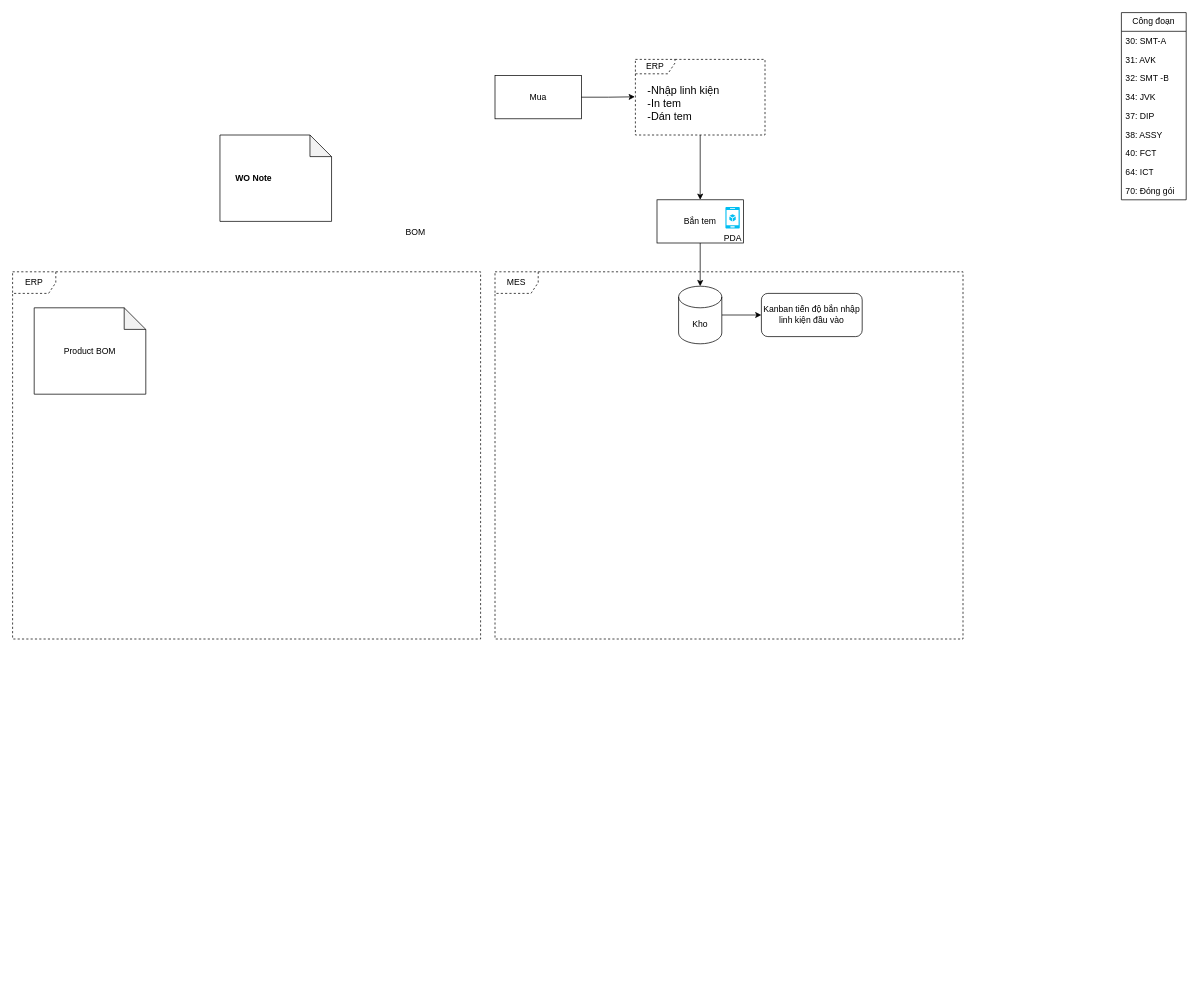
Before: Mes-erp.drawio in hainv8876/Doc, a draw.io diagram. Source tidied: cells renumbered, new cells numbered last; positions are measured from the earlier drawing's top-left corner, leaving out a move shared by most shapes. Both pictures are drawn from the tidied source at 72%, with x=0, y=0 at pixel (12, 12).
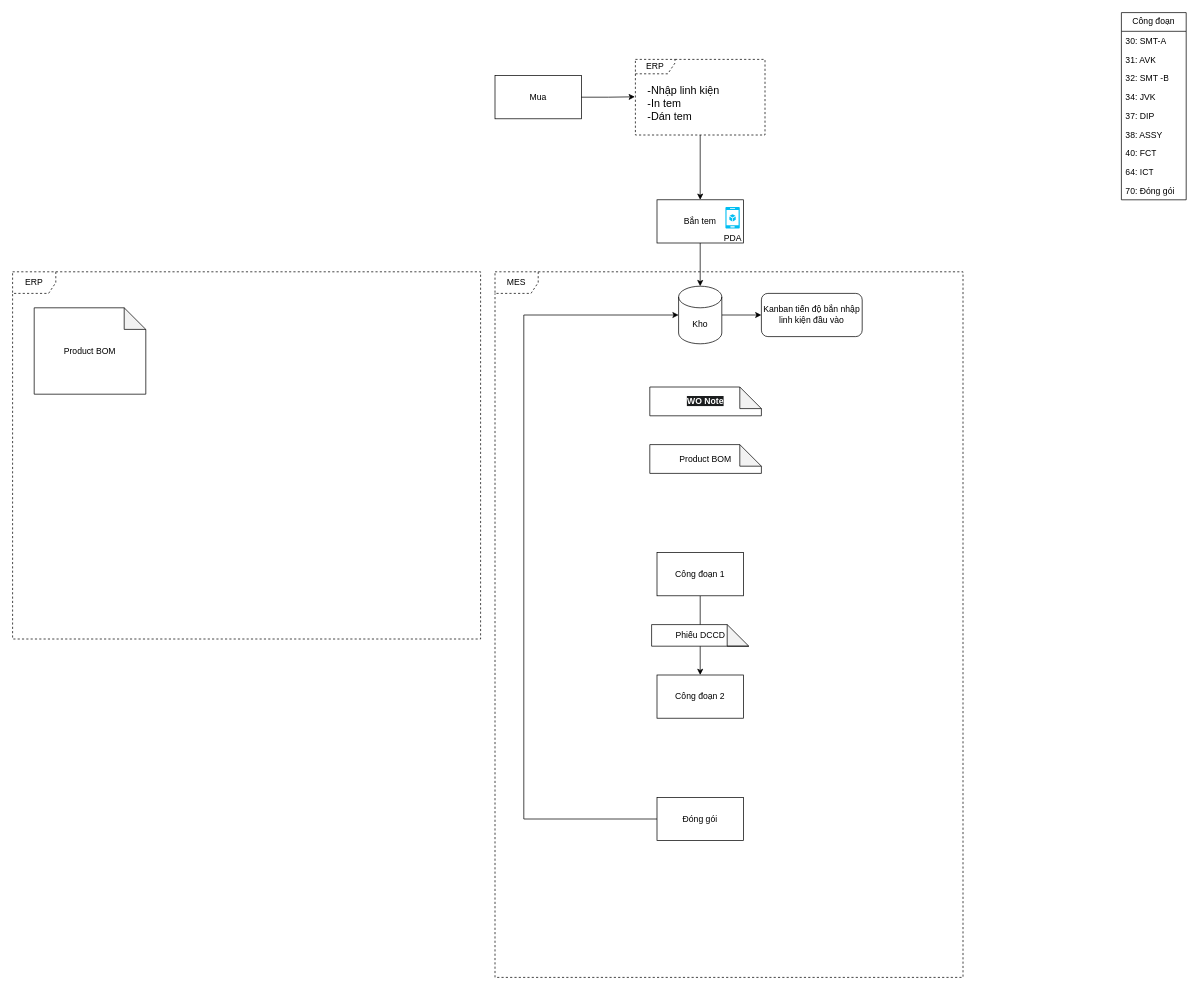
Above is the later version.

Unchanged cells that the change refers to:
```xml
<mxCell id="3" value="Kho" style="shape=cylinder3;whiteSpace=wrap;html=1;boundedLbl=1;backgroundOutline=1;size=15;" parent="1" vertex="1">
  <mxGeometry x="925" y="380" width="60" height="80" as="geometry" />
</mxCell>
```

Change to the diagram source:
```diff
@@
     <mxCell id="10" value="MES" style="shape=umlFrame;whiteSpace=wrap;html=1;dashed=1;" parent="1" vertex="1">
-      <mxGeometry x="670" y="360" width="650" height="510" as="geometry" />
+      <mxGeometry x="670" y="360" width="650" height="980" as="geometry" />
     </mxCell>
-    <mxCell id="11" style="shape=note;whiteSpace=wrap;html=1;backgroundOutline=1;darkOpacity=0.05;" parent="1" vertex="1">
-      <mxGeometry x="288" y="170" width="155" height="120" as="geometry" />
+    <mxCell id="11" value="&lt;b style=&quot;forced-color-adjust: none; color: rgb(255, 255, 255); font-family: Helvetica; font-size: 12px; font-style: normal; font-variant-ligatures: normal; font-variant-caps: normal; letter-spacing: normal; orphans: 2; text-align: center; text-indent: 0px; text-transform: none; widows: 2; word-spacing: 0px; -webkit-text-stroke-width: 0px; white-space: normal; background-color: rgb(27, 29, 30); text-decoration-thickness: initial; text-decoration-style: initial; text-decoration-color: initial; box-shadow: none !important;&quot;&gt;WO Note&lt;/b&gt;" style="shape=note;whiteSpace=wrap;html=1;backgroundOutline=1;darkOpacity=0.05;" parent="1" vertex="1">
+      <mxGeometry x="885" y="520" width="155" height="40" as="geometry" />
     </mxCell>
@@
-    <mxCell id="15" value="BOM" style="text;html=1;align=center;verticalAlign=middle;whiteSpace=wrap;rounded=0;" parent="1" vertex="1">
-      <mxGeometry x="530" y="290" width="60" height="30" as="geometry" />
-    </mxCell>
-    <mxCell id="16" value="&lt;b&gt;WO Note&lt;/b&gt;" style="text;html=1;align=center;verticalAlign=middle;whiteSpace=wrap;rounded=0;" parent="1" vertex="1">
-      <mxGeometry x="305" y="215" width="60" height="30" as="geometry" />
-    </mxCell>
@@
+    <mxCell id="30" value="Product BOM" style="shape=note;whiteSpace=wrap;html=1;backgroundOutline=1;darkOpacity=0.05;" parent="1" vertex="1">
+      <mxGeometry x="885" y="600" width="155" height="40" as="geometry" />
+    </mxCell>
+    <mxCell id="31" style="edgeStyle=orthogonalEdgeStyle;rounded=0;jettySize=auto;html=1;" parent="1" edge="1" source="32" target="33">
+      <mxGeometry relative="1" as="geometry" />
+    </mxCell>
+    <mxCell id="32" value="Công đoạn 1" style="rounded=0;whiteSpace=wrap;html=1;" parent="1" vertex="1">
+      <mxGeometry x="895" y="750" width="120" height="60" as="geometry" />
+    </mxCell>
+    <mxCell id="33" value="Công đoạn 2" style="rounded=0;whiteSpace=wrap;html=1;" parent="1" vertex="1">
+      <mxGeometry x="895" y="920" width="120" height="60" as="geometry" />
+    </mxCell>
+    <mxCell id="34" value="Đóng gói" style="rounded=0;whiteSpace=wrap;html=1;" parent="1" vertex="1">
+      <mxGeometry x="895" y="1090" width="120" height="60" as="geometry" />
+    </mxCell>
+    <mxCell id="35" value="Phiếu DCCD" style="shape=note;whiteSpace=wrap;html=1;backgroundOutline=1;darkOpacity=0.05;" parent="1" vertex="1">
+      <mxGeometry x="887.5" y="850" width="135" height="30" as="geometry" />
+    </mxCell>
+    <mxCell id="36" style="edgeStyle=orthogonalEdgeStyle;rounded=0;jettySize=auto;html=1;entryX=0;entryY=0.5;entryDx=0;entryDy=0;entryPerimeter=0;" parent="1" edge="1" source="34" target="3">
+      <mxGeometry relative="1" as="geometry">
+        <Array as="points">
+          <mxPoint x="710" y="1120" />
+          <mxPoint x="710" y="420" />
+        </Array>
+      </mxGeometry>
+    </mxCell>
```
